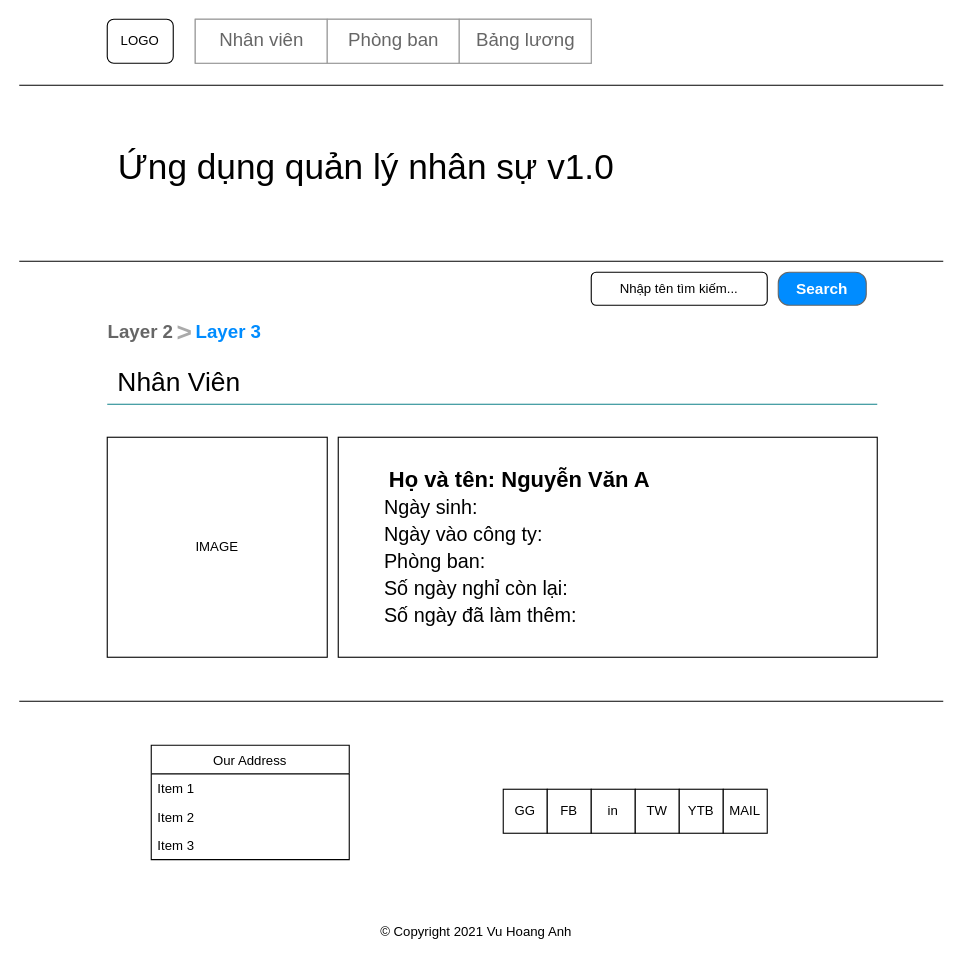
The draw.io diagram page "/nhan-vien/id" (2 of 4) of src/report/asm2.drawio in EdisonVu/Assignment2_RJS101x, before the edit. Source tidied: cells renumbered, new cells numbered last; positions are measured from the earlier drawing's top-left corner, leaving out a move shared by most shapes. Both pictures are drawn from the tidied source at 110%, with x=0, y=0 at pixel (19, 19).
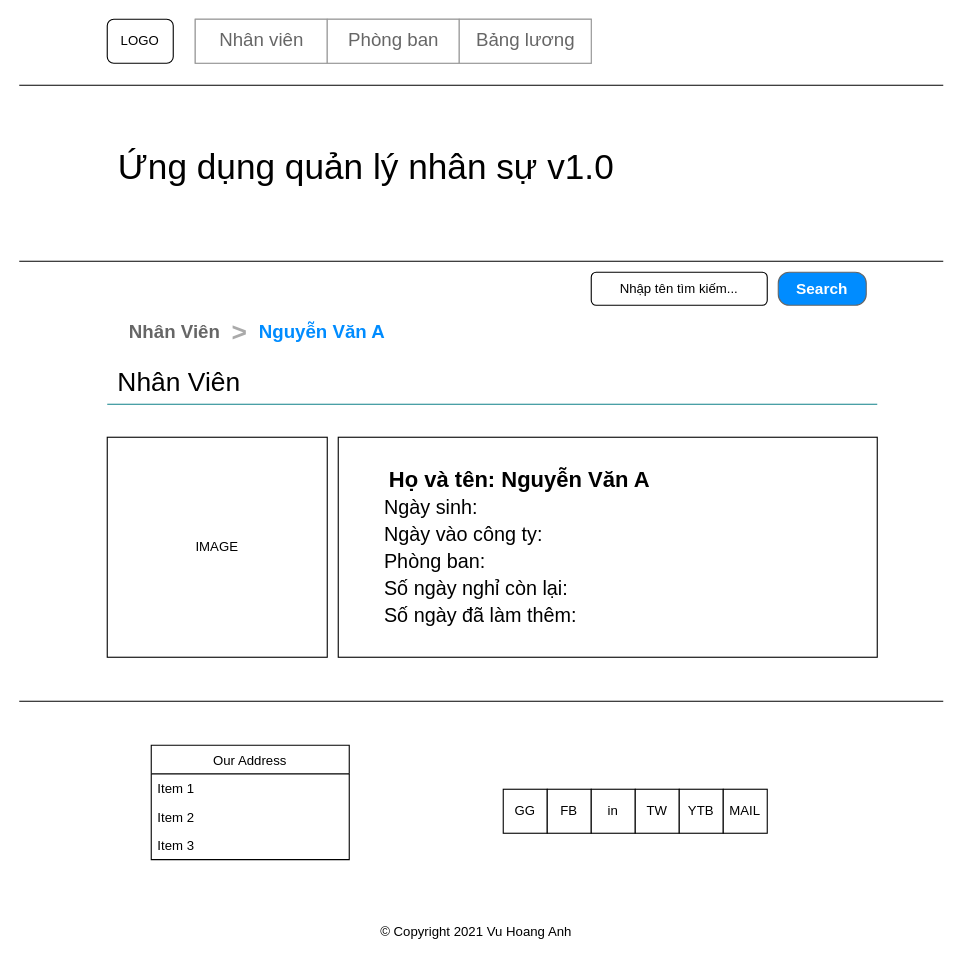
The same page after the edit.

The edit, as a diff of the source:
```diff
@@
     <mxCell id="12" style="group;" parent="1" vertex="1">
-      <mxGeometry x="80" y="270" width="140" height="30" as="geometry" />
+      <mxGeometry x="90" y="270" width="240" height="30" as="geometry" />
     </mxCell>
-    <mxCell id="13" value="Layer 2" style="strokeWidth=1;shadow=0;dashed=0;align=center;html=1;shape=mxgraph.mockup.navigation.anchor;fontSize=17;fontColor=#666666;fontStyle=1;gradientColor=none;" parent="12" vertex="1">
-      <mxGeometry width="60" height="30" as="geometry" />
+    <mxCell id="13" value="Nhân Viên" style="strokeWidth=1;shadow=0;dashed=0;align=center;html=1;shape=mxgraph.mockup.navigation.anchor;fontSize=17;fontColor=#666666;fontStyle=1;gradientColor=none;" parent="12" vertex="1">
+      <mxGeometry width="102.9" height="30" as="geometry" />
     </mxCell>
     <mxCell id="14" value="&gt;" style="strokeWidth=1;shadow=0;dashed=0;align=center;html=1;shape=mxgraph.mockup.navigation.anchor;fontSize=24;fontColor=#aaaaaa;fontStyle=1;gradientColor=none;" parent="12" vertex="1">
-      <mxGeometry x="60" width="20" height="30" as="geometry" />
+      <mxGeometry x="90" width="40" height="30" as="geometry" />
     </mxCell>
-    <mxCell id="15" value="Layer 3" style="strokeWidth=1;shadow=0;dashed=0;align=center;html=1;shape=mxgraph.mockup.navigation.anchor;fontSize=17;fontColor=#008cff;fontStyle=1;gradientColor=none;" parent="12" vertex="1">
-      <mxGeometry x="80" width="60" height="30" as="geometry" />
+    <mxCell id="15" value="Nguyễn Văn A" style="strokeWidth=1;shadow=0;dashed=0;align=center;html=1;shape=mxgraph.mockup.navigation.anchor;fontSize=17;fontColor=#008cff;fontStyle=1;gradientColor=none;" parent="12" vertex="1">
+      <mxGeometry x="130" width="110" height="30" as="geometry" />
     </mxCell>
```
